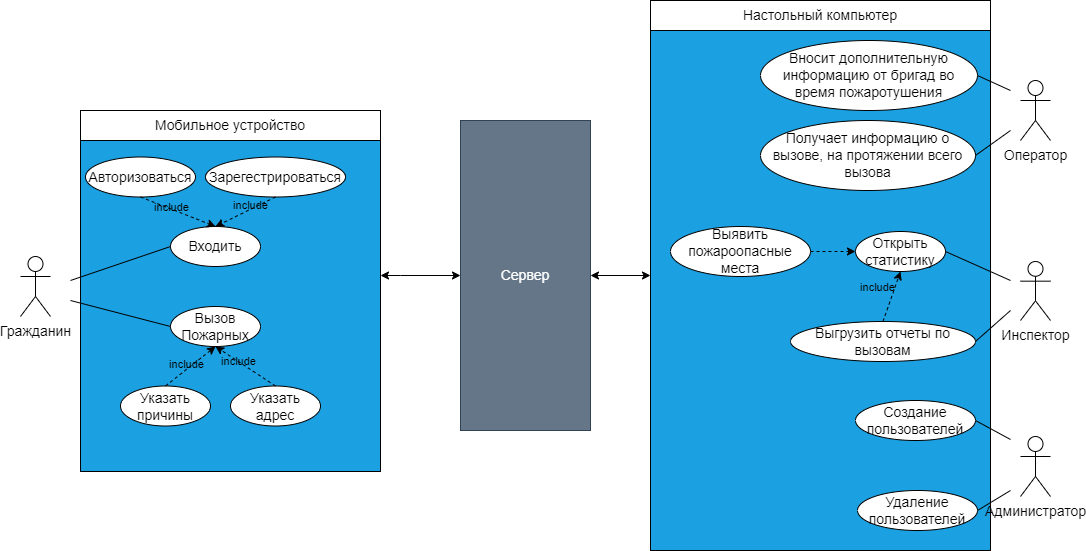
Before: Графические файлы/Презентация/Диаграмма возможностей со связью.drawio.png, a diagram exported from draw.io (BRKot/DiplomGit). Source tidied: cells renumbered, new cells last; positions are measured from the earlier drawing's top-left corner, leaving out a move shared by most shapes.
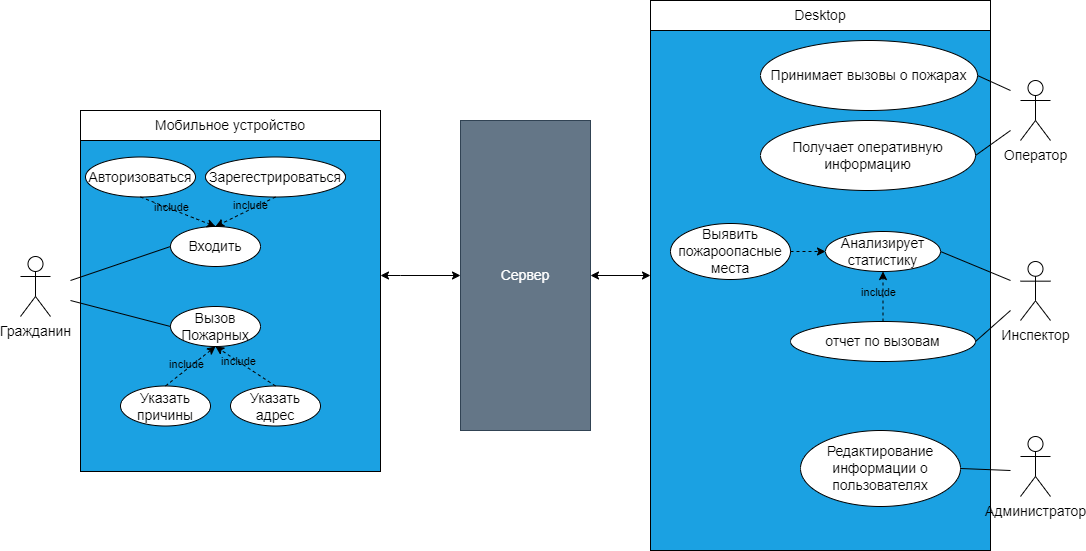
Later version of the same file.

Change to the diagram source:
```diff
@@ -2,20 +2,20 @@
   <root>
     <mxCell id="0" />
     <mxCell id="1" parent="0" />
-    <mxCell id="2" style="edgeStyle=orthogonalEdgeStyle;rounded=0;jettySize=auto;html=1;entryX=0;entryY=0.5;entryDx=0;entryDy=0;startArrow=classic;startFill=1;fontSize=14;" parent="1" edge="1" source="3" target="40">
-      <mxGeometry relative="1" as="geometry">
-        <Array as="points">
-          <mxPoint x="380" y="275" />
-          <mxPoint x="380" y="275" />
-        </Array>
-      </mxGeometry>
-    </mxCell>
-    <mxCell id="3" style="rounded=0;whiteSpace=wrap;html=1;fillColor=#1ba1e2;fontColor=#ffffff;strokeColor=#000000;fontSize=14;" parent="1" vertex="1">
-      <mxGeometry x="60" y="111" width="300" height="360" as="geometry" />
-    </mxCell>
-    <mxCell id="4" style="rounded=0;whiteSpace=wrap;html=1;fillColor=#1ba1e2;fontColor=#ffffff;strokeColor=#000000;fontSize=14;" parent="1" vertex="1">
-      <mxGeometry x="630" width="340" height="550" as="geometry" />
-    </mxCell>
+    <mxCell id="43" style="edgeStyle=orthogonalEdgeStyle;rounded=0;jettySize=auto;html=1;entryX=0;entryY=0.5;entryDx=0;entryDy=0;startArrow=classic;startFill=1;fontSize=14;" parent="1" edge="1" source="44" target="40">
+      <mxGeometry relative="1" as="geometry">
+        <Array as="points">
+          <mxPoint x="380" y="275" />
+          <mxPoint x="380" y="275" />
+        </Array>
+      </mxGeometry>
+    </mxCell>
+    <mxCell id="44" style="rounded=0;whiteSpace=wrap;html=1;fillColor=#1ba1e2;fontColor=#ffffff;strokeColor=#000000;fontSize=14;" parent="1" vertex="1">
+      <mxGeometry x="60" y="111" width="300" height="360" as="geometry" />
+    </mxCell>
+    <mxCell id="45" style="rounded=0;whiteSpace=wrap;html=1;fillColor=#1ba1e2;fontColor=#ffffff;strokeColor=#000000;fontSize=14;" parent="1" vertex="1">
+      <mxGeometry x="630" width="340" height="550" as="geometry" />
+    </mxCell>
     <mxCell id="5" value="Гражданин" style="shape=umlActor;verticalLabelPosition=bottom;verticalAlign=top;html=1;fontSize=14;" parent="1" vertex="1">
       <mxGeometry y="256" width="30" height="60" as="geometry" />
     </mxCell>
@@ -25,16 +25,16 @@
     <mxCell id="7" value="Вызов Пожарных" style="ellipse;whiteSpace=wrap;html=1;fontSize=14;" parent="1" vertex="1">
       <mxGeometry x="150" y="306" width="90" height="40" as="geometry" />
     </mxCell>
-    <mxCell id="8" style="endArrow=none;html=1;rounded=0;entryX=0;entryY=0.5;entryDx=0;entryDy=0;fontSize=14;" parent="1" edge="1" target="6">
-      <mxGeometry relative="1" as="geometry">
-        <mxPoint x="50" y="280" as="sourcePoint" />
-      </mxGeometry>
-    </mxCell>
-    <mxCell id="9" style="endArrow=none;html=1;rounded=0;entryX=0;entryY=0.5;entryDx=0;entryDy=0;fontSize=14;" parent="1" edge="1" target="7">
-      <mxGeometry relative="1" as="geometry">
-        <mxPoint x="50" y="300" as="sourcePoint" />
-      </mxGeometry>
-    </mxCell>
+    <mxCell id="46" style="endArrow=none;html=1;rounded=0;entryX=0;entryY=0.5;entryDx=0;entryDy=0;fontSize=14;" parent="1" edge="1" target="6">
+      <mxGeometry relative="1" as="geometry">
+        <mxPoint x="50" y="280" as="sourcePoint" />
+      </mxGeometry>
+    </mxCell>
+    <mxCell id="47" style="endArrow=none;html=1;rounded=0;entryX=0;entryY=0.5;entryDx=0;entryDy=0;fontSize=14;" parent="1" edge="1" target="7">
+      <mxGeometry relative="1" as="geometry">
+        <mxPoint x="50" y="300" as="sourcePoint" />
+      </mxGeometry>
+    </mxCell>
     <mxCell id="10" value="Авторизоваться" style="ellipse;whiteSpace=wrap;html=1;fontSize=14;" parent="1" vertex="1">
       <mxGeometry x="65" y="156.5" width="110" height="40" as="geometry" />
     </mxCell>
@@ -44,11 +44,11 @@
     <mxCell id="12" style="endArrow=classic;html=1;rounded=0;exitX=0.5;exitY=1;exitDx=0;exitDy=0;entryX=0.5;entryY=0;entryDx=0;entryDy=0;dashed=1;endFill=1;fontSize=14;" parent="1" edge="1" source="10" target="6">
       <mxGeometry relative="1" as="geometry" />
     </mxCell>
-    <mxCell id="13" value="include" style="edgeLabel;html=1;align=center;verticalAlign=middle;fontSize=11;labelBackgroundColor=none;" parent="12" vertex="1">
-      <mxGeometry x="-0.38" relative="1" as="geometry">
-        <mxPoint x="7" y="1" as="offset" />
-      </mxGeometry>
-    </mxCell>
+    <mxCell id="48" value="include" style="edgeLabel;html=1;align=center;verticalAlign=middle;fontSize=11;labelBackgroundColor=none;" parent="12" vertex="1">
+      <mxGeometry x="-0.38" relative="1" as="geometry">
+        <mxPoint x="7" y="1" as="offset" />
+      </mxGeometry>
+    </mxCell>
     <mxCell id="14" value="include" style="endArrow=classic;html=1;rounded=0;dashed=1;entryX=0.5;entryY=0;entryDx=0;entryDy=0;exitX=0.5;exitY=1;exitDx=0;exitDy=0;endFill=1;fontSize=11;labelBackgroundColor=none;" parent="1" edge="1" source="11" target="6">
       <mxGeometry x="-0.21" y="-3" relative="1" as="geometry" />
     </mxCell>
@@ -61,96 +61,88 @@
     <mxCell id="17" style="endArrow=classic;html=1;rounded=0;dashed=1;exitX=0.5;exitY=0;exitDx=0;exitDy=0;entryX=0.5;entryY=1;entryDx=0;entryDy=0;fontSize=14;" parent="1" edge="1" source="15" target="7">
       <mxGeometry relative="1" as="geometry" />
     </mxCell>
-    <mxCell id="18" value="include" style="edgeLabel;html=1;align=center;verticalAlign=middle;fontSize=11;labelBackgroundColor=none;" parent="17" vertex="1">
-      <mxGeometry x="-0.46" y="1" relative="1" as="geometry">
-        <mxPoint x="-20" y="-15" as="offset" />
-      </mxGeometry>
-    </mxCell>
+    <mxCell id="49" value="include" style="edgeLabel;html=1;align=center;verticalAlign=middle;fontSize=11;labelBackgroundColor=none;" parent="17" vertex="1">
+      <mxGeometry x="-0.46" y="1" relative="1" as="geometry">
+        <mxPoint x="-20" y="-15" as="offset" />
+      </mxGeometry>
+    </mxCell>
     <mxCell id="19" value="&lt;span style=&quot;color: rgb(0, 0, 0); font-family: helvetica; font-size: 11px; font-style: normal; font-weight: 400; letter-spacing: normal; text-align: center; text-indent: 0px; text-transform: none; word-spacing: 0px; display: inline; float: none;&quot;&gt;include&lt;/span&gt;" style="endArrow=classic;html=1;rounded=0;dashed=1;exitX=0.5;exitY=0;exitDx=0;exitDy=0;entryX=0.5;entryY=1;entryDx=0;entryDy=0;fontSize=11;labelBackgroundColor=none;" parent="1" edge="1" source="16" target="7">
       <mxGeometry x="-0.04" y="4" relative="1" as="geometry" />
     </mxCell>
     <mxCell id="20" value="Администратор&lt;br style=&quot;font-size: 14px;&quot;&gt;" style="shape=umlActor;verticalLabelPosition=bottom;verticalAlign=top;html=1;fontSize=14;" parent="1" vertex="1">
       <mxGeometry x="1000" y="436" width="30" height="60" as="geometry" />
     </mxCell>
-    <mxCell id="21" value="Создание пользователей" style="ellipse;whiteSpace=wrap;html=1;fontSize=14;" parent="1" vertex="1">
-      <mxGeometry x="835" y="400" width="120" height="40" as="geometry" />
-    </mxCell>
-    <mxCell id="22" value="Удаление пользователей" style="ellipse;whiteSpace=wrap;html=1;fontSize=14;" parent="1" vertex="1">
-      <mxGeometry x="837" y="490" width="120" height="40" as="geometry" />
-    </mxCell>
-    <mxCell id="23" style="endArrow=none;html=1;rounded=0;entryX=1;entryY=0.5;entryDx=0;entryDy=0;fontSize=14;" parent="1" edge="1" target="21">
-      <mxGeometry relative="1" as="geometry">
-        <mxPoint x="990" y="439" as="sourcePoint" />
-      </mxGeometry>
-    </mxCell>
-    <mxCell id="24" style="endArrow=none;html=1;rounded=0;entryX=1;entryY=0.5;entryDx=0;entryDy=0;fontSize=14;" parent="1" edge="1" target="22">
-      <mxGeometry relative="1" as="geometry">
-        <mxPoint x="990" y="490" as="sourcePoint" />
-      </mxGeometry>
-    </mxCell>
+    <mxCell id="50" value="Редактирование информации о пользователях" style="ellipse;whiteSpace=wrap;html=1;fontSize=14;" parent="1" vertex="1">
+      <mxGeometry x="780" y="430" width="160" height="76" as="geometry" />
+    </mxCell>
+    <mxCell id="51" style="endArrow=none;html=1;rounded=0;entryX=1;entryY=0.5;entryDx=0;entryDy=0;fontSize=14;" parent="1" edge="1" target="50">
+      <mxGeometry relative="1" as="geometry">
+        <mxPoint x="990" y="470" as="sourcePoint" />
+      </mxGeometry>
+    </mxCell>
     <mxCell id="25" value="Инспектор" style="shape=umlActor;verticalLabelPosition=bottom;verticalAlign=top;html=1;fontSize=14;" parent="1" vertex="1">
       <mxGeometry x="1000" y="261" width="30" height="59" as="geometry" />
     </mxCell>
-    <mxCell id="26" value="Выгрузить отчеты&amp;nbsp;по вызовам" style="ellipse;whiteSpace=wrap;html=1;fontSize=14;" parent="1" vertex="1">
-      <mxGeometry x="770" y="321" width="185" height="40" as="geometry" />
-    </mxCell>
-    <mxCell id="27" value="Открыть статистику" style="ellipse;whiteSpace=wrap;html=1;fontSize=14;" parent="1" vertex="1">
-      <mxGeometry x="835" y="231" width="90" height="40" as="geometry" />
-    </mxCell>
-    <mxCell id="28" style="endArrow=none;html=1;rounded=0;entryX=1;entryY=0.5;entryDx=0;entryDy=0;fontSize=14;" parent="1" edge="1" target="26">
-      <mxGeometry relative="1" as="geometry">
-        <mxPoint x="990" y="310" as="sourcePoint" />
-      </mxGeometry>
-    </mxCell>
-    <mxCell id="29" style="endArrow=none;html=1;rounded=0;entryX=1;entryY=0.5;entryDx=0;entryDy=0;fontSize=14;" parent="1" edge="1" target="27">
-      <mxGeometry relative="1" as="geometry">
-        <mxPoint x="990" y="280" as="sourcePoint" />
-      </mxGeometry>
-    </mxCell>
-    <mxCell id="30" style="endArrow=classic;html=1;rounded=0;dashed=1;entryX=0.5;entryY=1;entryDx=0;entryDy=0;exitX=0.5;exitY=0;exitDx=0;exitDy=0;fontSize=14;" parent="1" edge="1" source="26" target="27">
-      <mxGeometry relative="1" as="geometry" />
-    </mxCell>
-    <mxCell id="31" value="include" style="edgeLabel;html=1;align=center;verticalAlign=middle;fontSize=11;labelBackgroundColor=none;" parent="30" vertex="1">
-      <mxGeometry x="0.41" y="-1" relative="1" as="geometry">
-        <mxPoint x="-19" as="offset" />
-      </mxGeometry>
-    </mxCell>
+    <mxCell id="52" value="отчет по вызовам" style="ellipse;whiteSpace=wrap;html=1;fontSize=14;" parent="1" vertex="1">
+      <mxGeometry x="770" y="321" width="185" height="40" as="geometry" />
+    </mxCell>
+    <mxCell id="53" value="Анализирует статистику" style="ellipse;whiteSpace=wrap;html=1;fontSize=14;" parent="1" vertex="1">
+      <mxGeometry x="805" y="231" width="115" height="40" as="geometry" />
+    </mxCell>
+    <mxCell id="54" style="endArrow=none;html=1;rounded=0;entryX=1;entryY=0.5;entryDx=0;entryDy=0;fontSize=14;" parent="1" edge="1" target="52">
+      <mxGeometry relative="1" as="geometry">
+        <mxPoint x="990" y="310" as="sourcePoint" />
+      </mxGeometry>
+    </mxCell>
+    <mxCell id="55" style="endArrow=none;html=1;rounded=0;entryX=1;entryY=0.5;entryDx=0;entryDy=0;fontSize=14;" parent="1" edge="1" target="53">
+      <mxGeometry relative="1" as="geometry">
+        <mxPoint x="990" y="280" as="sourcePoint" />
+      </mxGeometry>
+    </mxCell>
+    <mxCell id="56" style="endArrow=classic;html=1;rounded=0;dashed=1;entryX=0.5;entryY=1;entryDx=0;entryDy=0;exitX=0.5;exitY=0;exitDx=0;exitDy=0;fontSize=14;" parent="1" edge="1" source="52" target="53">
+      <mxGeometry relative="1" as="geometry" />
+    </mxCell>
+    <mxCell id="57" value="include" style="edgeLabel;html=1;align=center;verticalAlign=middle;fontSize=11;labelBackgroundColor=none;" parent="56" vertex="1">
+      <mxGeometry x="0.41" y="-1" relative="1" as="geometry">
+        <mxPoint x="-6" y="5" as="offset" />
+      </mxGeometry>
+    </mxCell>
     <mxCell id="32" value="Выявить пожароопасные места" style="ellipse;whiteSpace=wrap;html=1;fontSize=14;" parent="1" vertex="1">
-      <mxGeometry x="650" y="226" width="140" height="50" as="geometry" />
+      <mxGeometry x="650" y="223" width="120" height="56" as="geometry" />
     </mxCell>
-    <mxCell id="33" style="endArrow=classic;html=1;rounded=0;exitX=1;exitY=0.5;exitDx=0;exitDy=0;dashed=1;entryX=0;entryY=0.5;entryDx=0;entryDy=0;fontSize=14;" parent="1" edge="1" source="32" target="27">
-      <mxGeometry relative="1" as="geometry" />
-    </mxCell>
+    <mxCell id="58" style="endArrow=classic;html=1;rounded=0;exitX=1;exitY=0.5;exitDx=0;exitDy=0;dashed=1;entryX=0;entryY=0.5;entryDx=0;entryDy=0;fontSize=14;" parent="1" edge="1" source="32" target="53">
+      <mxGeometry relative="1" as="geometry" />
+    </mxCell>
     <mxCell id="34" value="Оператор" style="shape=umlActor;verticalLabelPosition=bottom;verticalAlign=top;html=1;fontSize=14;" parent="1" vertex="1">
       <mxGeometry x="1000" y="80" width="30" height="60" as="geometry" />
     </mxCell>
-    <mxCell id="35" value="Получает информацию о вызове, на протяжении всего вызова" style="ellipse;whiteSpace=wrap;html=1;fontSize=14;" parent="1" vertex="1">
-      <mxGeometry x="740" y="120" width="215" height="70" as="geometry" />
-    </mxCell>
-    <mxCell id="36" value="Вносит дополнительную информацию от бригад во время пожаротушения" style="ellipse;whiteSpace=wrap;html=1;fontSize=14;" parent="1" vertex="1">
-      <mxGeometry x="740" y="40" width="217" height="70" as="geometry" />
-    </mxCell>
-    <mxCell id="37" style="endArrow=none;html=1;rounded=0;entryX=1;entryY=0.5;entryDx=0;entryDy=0;fontSize=14;" parent="1" edge="1" target="35">
-      <mxGeometry relative="1" as="geometry">
-        <mxPoint x="990" y="130" as="sourcePoint" />
-      </mxGeometry>
-    </mxCell>
-    <mxCell id="38" style="endArrow=none;html=1;rounded=0;entryX=1;entryY=0.5;entryDx=0;entryDy=0;fontSize=14;" parent="1" edge="1" target="36">
-      <mxGeometry relative="1" as="geometry">
-        <mxPoint x="990" y="90" as="sourcePoint" />
-      </mxGeometry>
-    </mxCell>
-    <mxCell id="39" style="edgeStyle=orthogonalEdgeStyle;rounded=0;jettySize=auto;html=1;entryX=0;entryY=0.5;entryDx=0;entryDy=0;startArrow=classic;startFill=1;fontSize=14;" parent="1" edge="1" source="40" target="4">
-      <mxGeometry relative="1" as="geometry" />
-    </mxCell>
+    <mxCell id="59" value="Получает оперативную информацию" style="ellipse;whiteSpace=wrap;html=1;fontSize=14;" parent="1" vertex="1">
+      <mxGeometry x="740" y="120" width="215" height="70" as="geometry" />
+    </mxCell>
+    <mxCell id="60" value="Принимает вызовы о пожарах" style="ellipse;whiteSpace=wrap;html=1;fontSize=14;" parent="1" vertex="1">
+      <mxGeometry x="740" y="40" width="217" height="70" as="geometry" />
+    </mxCell>
+    <mxCell id="61" style="endArrow=none;html=1;rounded=0;entryX=1;entryY=0.5;entryDx=0;entryDy=0;fontSize=14;" parent="1" edge="1" target="59">
+      <mxGeometry relative="1" as="geometry">
+        <mxPoint x="990" y="130" as="sourcePoint" />
+      </mxGeometry>
+    </mxCell>
+    <mxCell id="62" style="endArrow=none;html=1;rounded=0;entryX=1;entryY=0.5;entryDx=0;entryDy=0;fontSize=14;" parent="1" edge="1" target="60">
+      <mxGeometry relative="1" as="geometry">
+        <mxPoint x="990" y="90" as="sourcePoint" />
+      </mxGeometry>
+    </mxCell>
+    <mxCell id="63" style="edgeStyle=orthogonalEdgeStyle;rounded=0;jettySize=auto;html=1;entryX=0;entryY=0.5;entryDx=0;entryDy=0;startArrow=classic;startFill=1;fontSize=14;" parent="1" edge="1" source="40" target="45">
+      <mxGeometry relative="1" as="geometry" />
+    </mxCell>
     <mxCell id="40" value="Сервер" style="rounded=0;whiteSpace=wrap;html=1;fillColor=#647687;fontColor=#ffffff;strokeColor=#314354;fontSize=14;" parent="1" vertex="1">
       <mxGeometry x="440" y="120" width="130" height="310" as="geometry" />
     </mxCell>
     <mxCell id="41" value="Мобильное устройство" style="text;html=1;align=center;verticalAlign=middle;whiteSpace=wrap;rounded=0;fillColor=default;strokeColor=default;fontSize=14;" parent="1" vertex="1">
       <mxGeometry x="60" y="110" width="300" height="30" as="geometry" />
     </mxCell>
-    <mxCell id="42" value="Настольный компьютер" style="text;html=1;align=center;verticalAlign=middle;whiteSpace=wrap;rounded=0;fillColor=default;strokeColor=default;fontSize=14;" parent="1" vertex="1">
-      <mxGeometry x="630" width="340" height="30" as="geometry" />
-    </mxCell>
+    <mxCell id="64" value="Desktop" style="text;html=1;align=center;verticalAlign=middle;whiteSpace=wrap;rounded=0;fillColor=default;strokeColor=default;fontSize=14;" parent="1" vertex="1">
+      <mxGeometry x="630" width="340" height="30" as="geometry" />
+    </mxCell>
   </root>
 </mxGraphModel>
```
